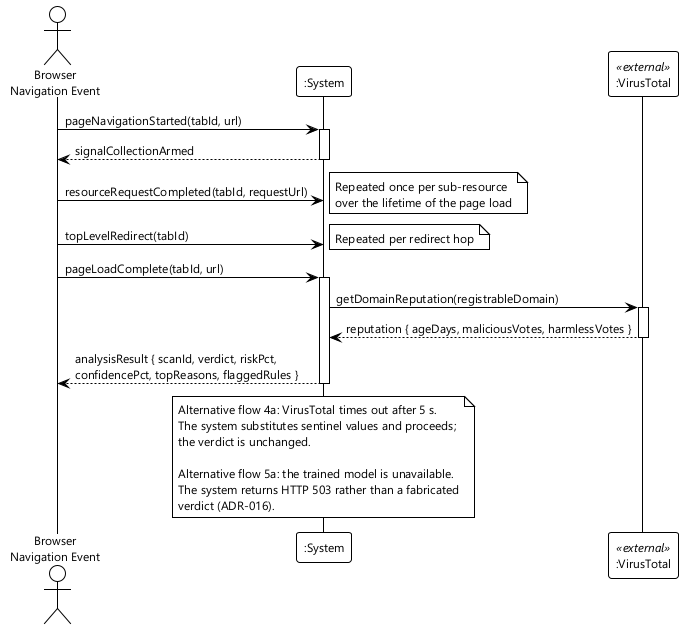
This is docs/thesis/diagrams/out/fig-2-3-ssd-analyse-page.png from Trust-Dr-BABA/Final-Year-Project, a PlantUML export, as it was before one commit. The source it was exported from:
```plantuml
@startuml fig-2-3-ssd-analyse-page
!theme plain
skinparam shadowing false
skinparam defaultFontName "Segoe UI"
skinparam defaultFontSize 12

actor "Browser\nNavigation Event" as Browser
participant ":System" as System
participant ":VirusTotal" as VT <<external>>

Browser -> System : pageNavigationStarted(tabId, url)
activate System
System --> Browser : signalCollectionArmed
deactivate System

Browser -> System : resourceRequestCompleted(tabId, requestUrl)
note right : Repeated once per sub-resource\nover the lifetime of the page load

Browser -> System : topLevelRedirect(tabId)
note right : Repeated per redirect hop

Browser -> System : pageLoadComplete(tabId, url)
activate System

System -> VT : getDomainReputation(registrableDomain)
activate VT
VT --> System : reputation { ageDays, maliciousVotes, harmlessVotes }
deactivate VT

System --> Browser : analysisResult { scanId, verdict, riskPct,\nconfidencePct, topReasons, flaggedRules }
deactivate System

note over System
  Alternative flow 4a: VirusTotal times out after 5 s.
  The system substitutes sentinel values and proceeds;
  the verdict is unchanged.

  Alternative flow 5a: the trained model is unavailable.
  The system returns HTTP 503 rather than a fabricated
  verdict (ADR-016).
end note
@enduml
```
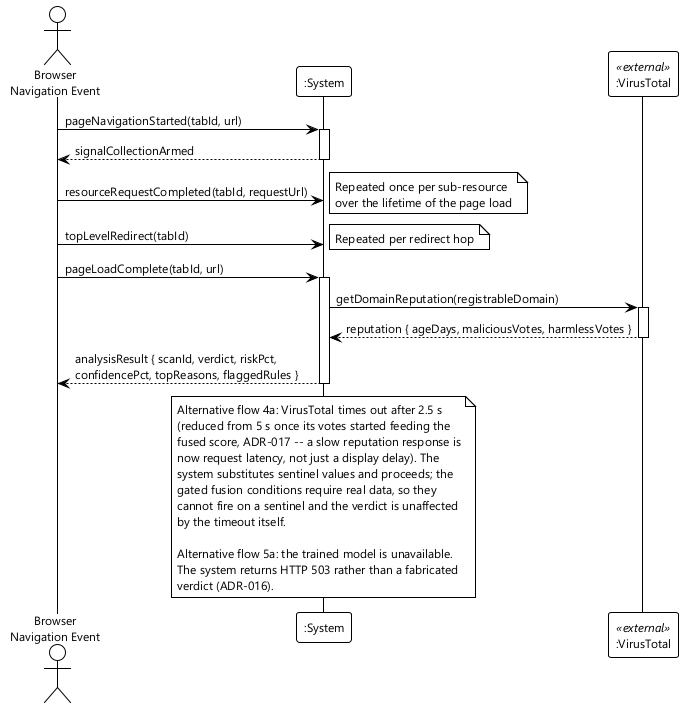
Above is the later version.

The edit, as a diff of the source:
```diff
@@ -31,9 +31,14 @@
 deactivate System
 
 note over System
-  Alternative flow 4a: VirusTotal times out after 5 s.
-  The system substitutes sentinel values and proceeds;
-  the verdict is unchanged.
+  Alternative flow 4a: VirusTotal times out after 2.5 s
+  (reduced from 5 s once its votes started feeding the
+  fused score, ADR-017 -- a slow reputation response is
+  now request latency, not just a display delay). The
+  system substitutes sentinel values and proceeds; the
+  gated fusion conditions require real data, so they
+  cannot fire on a sentinel and the verdict is unaffected
+  by the timeout itself.
 
   Alternative flow 5a: the trained model is unavailable.
   The system returns HTTP 503 rather than a fabricated
```
